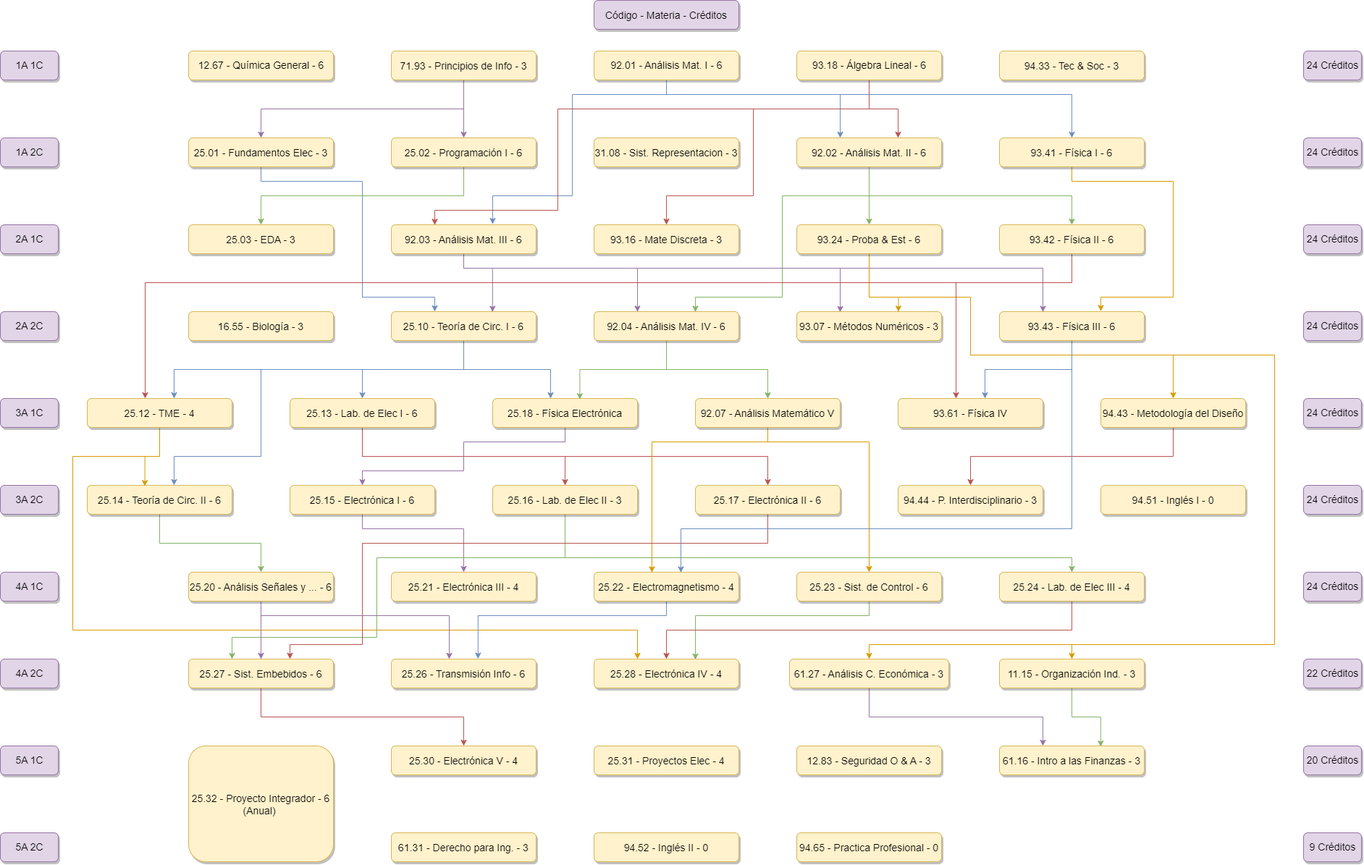
Above: K22.drawio.png in juanipla/K22 (draw.io), before the change. Source tidied: cells renumbered, new cells last; positions are measured from the earlier drawing's top-left corner, leaving out a move shared by most shapes.
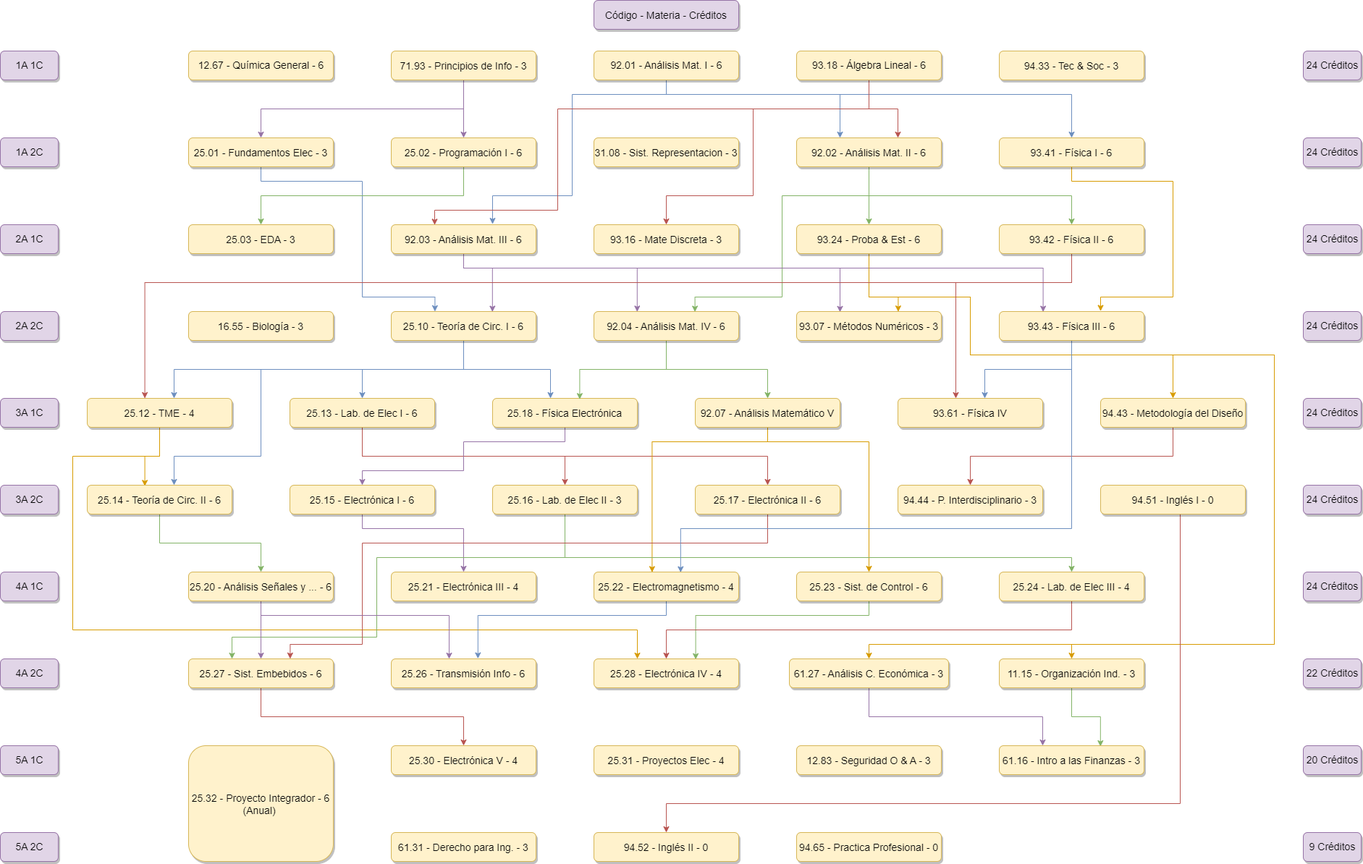
After the commit.

What changed in the source:
```diff
@@ -426,6 +426,14 @@
     <mxCell id="75" value="94.44 - P. Interdisciplinario - 3" style="rounded=1;fillColor=#fff2cc;strokeColor=#d6b656;shadow=1;fontStyle=0;fontSize=14;fontColor=default;labelBorderColor=none;labelBackgroundColor=none;verticalAlign=middle;" parent="1" vertex="1">
       <mxGeometry x="1240" y="670" width="200" height="40" as="geometry" />
     </mxCell>
+    <mxCell id="126" style="edgeStyle=orthogonalEdgeStyle;rounded=0;jumpStyle=none;jettySize=auto;html=1;entryX=0.5;entryY=0;entryDx=0;entryDy=0;fillColor=#f8cecc;strokeColor=#b85450;" parent="1" edge="1" source="76" target="114">
+      <mxGeometry relative="1" as="geometry">
+        <Array as="points">
+          <mxPoint x="1630" y="1110" />
+          <mxPoint x="920" y="1110" />
+        </Array>
+      </mxGeometry>
+    </mxCell>
     <mxCell id="76" value="94.51 - Inglés I - 0" style="rounded=1;fillColor=#fff2cc;strokeColor=#d6b656;shadow=1;fontStyle=0;fontSize=14;fontColor=default;labelBorderColor=none;labelBackgroundColor=none;verticalAlign=middle;" parent="1" vertex="1">
       <mxGeometry x="1520" y="670" width="200" height="40" as="geometry" />
     </mxCell>
```
